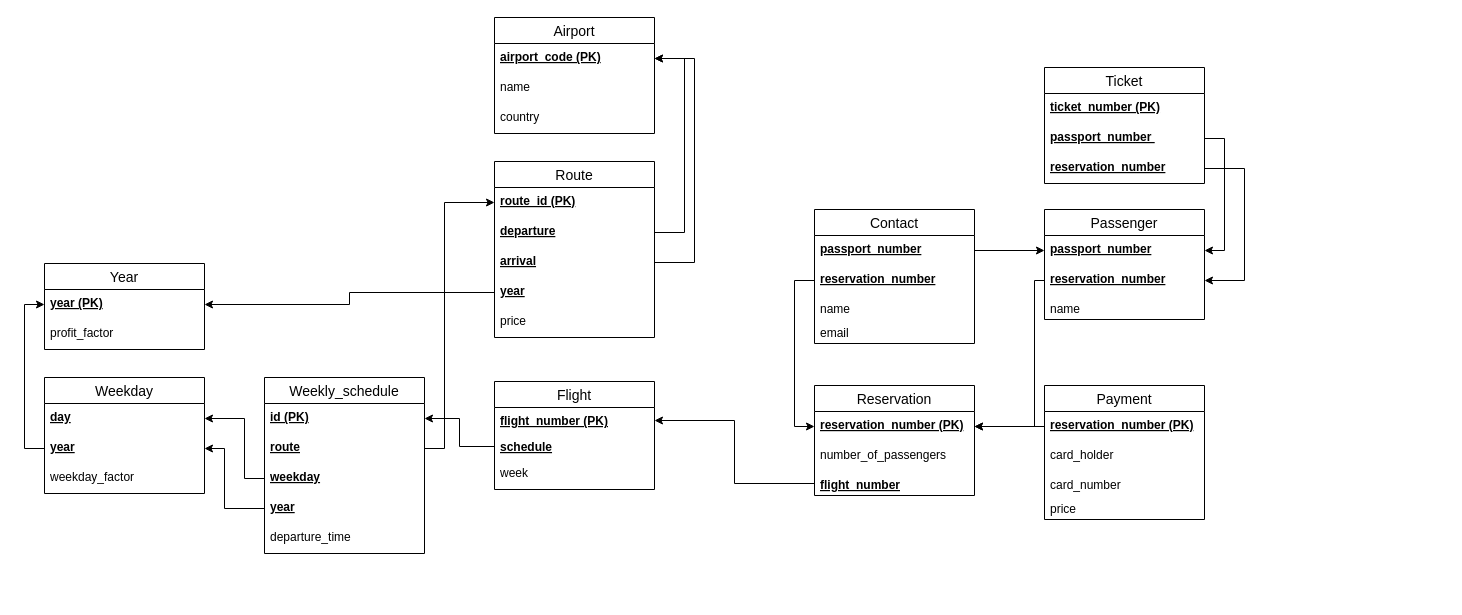
Before: page "Page-2" (2 of 2) of lab4/lab4b.drawio in linderjohan/TDDD37-database-technology, a draw.io diagram. Source tidied: cells renumbered, new cells numbered last; positions are measured from the earlier drawing's top-left corner, leaving out a move shared by most shapes. Both pictures are drawn from the tidied source at 100%, with x=0, y=0 at pixel (24, 17).
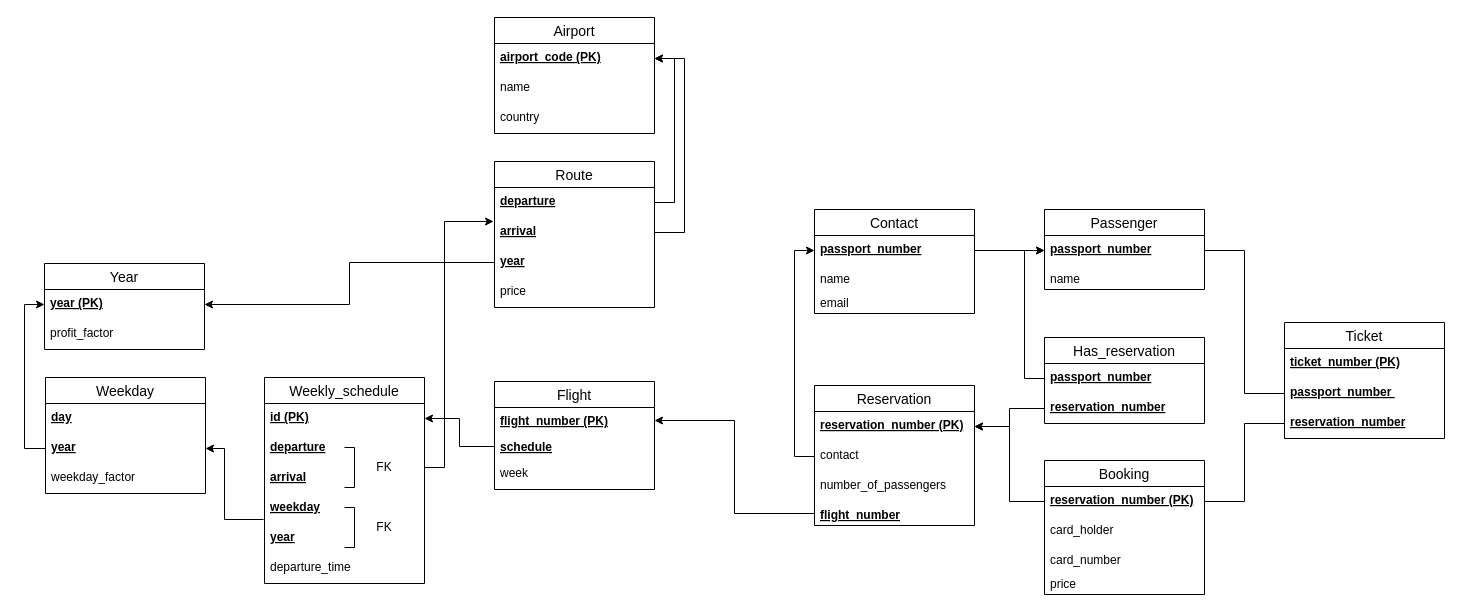
Above is the later version.

The change refers to these unchanged cells:
```xml
<mxCell id="3" value="reservation_number (PK)" style="text;strokeColor=none;fillColor=none;spacingLeft=4;spacingRight=4;overflow=hidden;points=[[0,0.5],[1,0.5]];portConstraint=eastwest;fontSize=12;fontStyle=5;" parent="2" vertex="1">
  <mxGeometry y="26" width="160" height="30" as="geometry" />
</mxCell>
<mxCell id="8" value="airport_code (PK)" style="text;strokeColor=none;fillColor=none;spacingLeft=4;spacingRight=4;overflow=hidden;points=[[0,0.5],[1,0.5]];portConstraint=eastwest;fontSize=12;fontStyle=5;" parent="7" vertex="1">
  <mxGeometry y="26" width="160" height="30" as="geometry" />
</mxCell>
<mxCell id="18" value="reservation_number (PK)" style="text;strokeColor=none;fillColor=none;spacingLeft=4;spacingRight=4;overflow=hidden;points=[[0,0.5],[1,0.5]];portConstraint=eastwest;fontSize=12;fontStyle=5;" parent="17" vertex="1">
  <mxGeometry y="26" width="160" height="30" as="geometry" />
</mxCell>
<mxCell id="25" value="passport_number" style="text;strokeColor=none;fillColor=none;spacingLeft=4;spacingRight=4;overflow=hidden;points=[[0,0.5],[1,0.5]];portConstraint=eastwest;fontSize=12;fontStyle=5;" parent="24" vertex="1">
  <mxGeometry y="26" width="160" height="30" as="geometry" />
</mxCell>
<mxCell id="30" value="day" style="text;strokeColor=none;fillColor=none;spacingLeft=4;spacingRight=4;overflow=hidden;points=[[0,0.5],[1,0.5]];portConstraint=eastwest;fontSize=12;fontStyle=5;" parent="29" vertex="1">
  <mxGeometry y="26" width="160" height="30" as="geometry" />
</mxCell>
<mxCell id="31" value="year" style="text;strokeColor=none;fillColor=none;spacingLeft=4;spacingRight=4;overflow=hidden;points=[[0,0.5],[1,0.5]];portConstraint=eastwest;fontSize=12;fontStyle=5;" parent="29" vertex="1">
  <mxGeometry y="56" width="160" height="30" as="geometry" />
</mxCell>
<mxCell id="34" value="passport_number" style="text;strokeColor=none;fillColor=none;spacingLeft=4;spacingRight=4;overflow=hidden;points=[[0,0.5],[1,0.5]];portConstraint=eastwest;fontSize=12;fontStyle=5;" parent="33" vertex="1">
  <mxGeometry y="26" width="160" height="30" as="geometry" />
</mxCell>
<mxCell id="45" value="passport_number " style="text;strokeColor=none;fillColor=none;spacingLeft=4;spacingRight=4;overflow=hidden;points=[[0,0.5],[1,0.5]];portConstraint=eastwest;fontSize=12;fontStyle=5;" parent="43" vertex="1">
  <mxGeometry y="56" width="160" height="30" as="geometry" />
</mxCell>
<mxCell id="46" value="reservation_number" style="text;strokeColor=none;fillColor=none;spacingLeft=4;spacingRight=4;overflow=hidden;points=[[0,0.5],[1,0.5]];portConstraint=eastwest;fontSize=12;fontStyle=5;" parent="43" vertex="1">
  <mxGeometry y="86" width="160" height="30" as="geometry" />
</mxCell>
```

What changed in the source:
```diff
@@
-    <mxCell id="2" value="Payment" style="swimlane;fontStyle=0;horizontal=1;startSize=26;align=center;fontSize=14;" parent="1" vertex="1">
-      <mxGeometry x="1020" y="368" width="160" height="134" as="geometry" />
+    <mxCell id="2" value="Booking" style="swimlane;fontStyle=0;horizontal=1;startSize=26;align=center;fontSize=14;" parent="1" vertex="1">
+      <mxGeometry x="1020" y="443" width="160" height="134" as="geometry" />
     </mxCell>
@@
     <mxCell id="11" value="Route" style="swimlane;fontStyle=0;horizontal=1;startSize=26;align=center;fontSize=14;fillColor=none;gradientColor=none;" parent="1" vertex="1">
-      <mxGeometry x="470" y="144" width="160" height="176" as="geometry" />
+      <mxGeometry x="470" y="144" width="160" height="146" as="geometry" />
     </mxCell>
-    <mxCell id="12" value="route_id (PK)" style="text;strokeColor=none;fillColor=none;spacingLeft=4;spacingRight=4;overflow=hidden;points=[[0,0.5],[1,0.5]];portConstraint=eastwest;fontSize=12;fontStyle=5;" parent="11" vertex="1">
-      <mxGeometry y="26" width="160" height="30" as="geometry" />
-    </mxCell>
     <mxCell id="13" value="departure" style="text;strokeColor=none;fillColor=none;spacingLeft=4;spacingRight=4;overflow=hidden;points=[[0,0.5],[1,0.5]];portConstraint=eastwest;fontSize=12;fontStyle=5;" parent="11" vertex="1">
-      <mxGeometry y="56" width="160" height="30" as="geometry" />
+      <mxGeometry y="26" width="160" height="30" as="geometry" />
     </mxCell>
     <mxCell id="14" value="arrival" style="text;strokeColor=none;fillColor=none;spacingLeft=4;spacingRight=4;overflow=hidden;points=[[0,0.5],[1,0.5]];portConstraint=eastwest;fontSize=12;fontStyle=5;" parent="11" vertex="1">
-      <mxGeometry y="86" width="160" height="30" as="geometry" />
+      <mxGeometry y="56" width="160" height="30" as="geometry" />
     </mxCell>
     <mxCell id="15" value="year" style="text;strokeColor=none;fillColor=none;spacingLeft=4;spacingRight=4;overflow=hidden;points=[[0,0.5],[1,0.5]];portConstraint=eastwest;fontSize=12;fontStyle=5;" parent="11" vertex="1">
-      <mxGeometry y="116" width="160" height="30" as="geometry" />
+      <mxGeometry y="86" width="160" height="30" as="geometry" />
     </mxCell>
     <mxCell id="16" value="price" style="text;strokeColor=none;fillColor=none;spacingLeft=4;spacingRight=4;overflow=hidden;fontSize=12;" parent="11" vertex="1">
-      <mxGeometry y="146" width="160" height="30" as="geometry" />
+      <mxGeometry y="116" width="160" height="30" as="geometry" />
     </mxCell>
     <mxCell id="17" value="Reservation" style="swimlane;fontStyle=0;horizontal=1;startSize=26;align=center;fontSize=14;" parent="1" vertex="1">
-      <mxGeometry x="790" y="368" width="160" height="110" as="geometry" />
+      <mxGeometry x="790" y="368" width="160" height="140" as="geometry" />
     </mxCell>
@@
+    <mxCell id="66" value="contact" style="text;strokeColor=none;fillColor=none;spacingLeft=4;spacingRight=4;overflow=hidden;points=[[0,0.5],[1,0.5]];portConstraint=eastwest;fontSize=12;" parent="17" vertex="1">
+      <mxGeometry y="56" width="160" height="30" as="geometry" />
+    </mxCell>
     <mxCell id="19" value="number_of_passengers" style="text;strokeColor=none;fillColor=none;spacingLeft=4;spacingRight=4;overflow=hidden;fontSize=12;" parent="17" vertex="1">
-      <mxGeometry y="56" width="160" height="30" as="geometry" />
+      <mxGeometry y="86" width="160" height="30" as="geometry" />
     </mxCell>
     <mxCell id="20" value="flight_number" style="text;strokeColor=none;fillColor=none;spacingLeft=4;spacingRight=4;overflow=hidden;points=[[0,0.5],[1,0.5]];portConstraint=eastwest;fontSize=12;fontStyle=5;" parent="17" vertex="1">
-      <mxGeometry y="86" width="160" height="24" as="geometry" />
+      <mxGeometry y="116" width="160" height="24" as="geometry" />
     </mxCell>
@@
     <mxCell id="24" value="Contact" style="swimlane;fontStyle=0;horizontal=1;startSize=26;align=center;fontSize=14;" parent="1" vertex="1">
-      <mxGeometry x="790" y="192" width="160" height="134" as="geometry" />
+      <mxGeometry x="790" y="192" width="160" height="104" as="geometry" />
     </mxCell>
@@
-    <mxCell id="26" value="reservation_number" style="text;strokeColor=none;fillColor=none;spacingLeft=4;spacingRight=4;overflow=hidden;points=[[0,0.5],[1,0.5]];portConstraint=eastwest;fontSize=12;fontStyle=5;" parent="24" vertex="1">
-      <mxGeometry y="56" width="160" height="30" as="geometry" />
-    </mxCell>
     <mxCell id="27" value="name" style="text;strokeColor=none;fillColor=none;spacingLeft=4;spacingRight=4;overflow=hidden;fontSize=12;fontStyle=0;dashed=1;" parent="24" vertex="1">
-      <mxGeometry y="86" width="160" height="24" as="geometry" />
+      <mxGeometry y="56" width="160" height="24" as="geometry" />
     </mxCell>
     <mxCell id="28" value="email" style="text;strokeColor=none;fillColor=none;spacingLeft=4;spacingRight=4;overflow=hidden;fontSize=12;fontStyle=0;dashed=1;" parent="24" vertex="1">
-      <mxGeometry y="110" width="160" height="24" as="geometry" />
+      <mxGeometry y="80" width="160" height="24" as="geometry" />
     </mxCell>
     <mxCell id="29" value="Weekday" style="swimlane;fontStyle=0;horizontal=1;startSize=26;align=center;fontSize=14;fillColor=none;gradientColor=none;" parent="1" vertex="1">
-      <mxGeometry x="20" y="360" width="160" height="116" as="geometry" />
+      <mxGeometry x="21" y="360" width="160" height="116" as="geometry" />
     </mxCell>
@@
     <mxCell id="33" value="Passenger" style="swimlane;fontStyle=0;horizontal=1;startSize=26;align=center;fontSize=14;" parent="1" vertex="1">
-      <mxGeometry x="1020" y="192" width="160" height="110" as="geometry" />
+      <mxGeometry x="1020" y="192" width="160" height="80" as="geometry" />
     </mxCell>
@@
-    <mxCell id="35" value="reservation_number" style="text;strokeColor=none;fillColor=none;spacingLeft=4;spacingRight=4;overflow=hidden;points=[[0,0.5],[1,0.5]];portConstraint=eastwest;fontSize=12;fontStyle=5;" parent="33" vertex="1">
-      <mxGeometry y="56" width="160" height="30" as="geometry" />
-    </mxCell>
     <mxCell id="36" value="name" style="text;strokeColor=none;fillColor=none;spacingLeft=4;spacingRight=4;overflow=hidden;fontSize=12;fontStyle=0;dashed=1;" parent="33" vertex="1">
-      <mxGeometry y="86" width="160" height="24" as="geometry" />
+      <mxGeometry y="56" width="160" height="24" as="geometry" />
     </mxCell>
     <mxCell id="37" value="Weekly_schedule" style="swimlane;fontStyle=0;horizontal=1;startSize=26;align=center;fontSize=14;fillColor=none;gradientColor=none;" parent="1" vertex="1">
-      <mxGeometry x="240" y="360" width="160" height="176" as="geometry" />
+      <mxGeometry x="240" y="360" width="160" height="206" as="geometry" />
     </mxCell>
@@
-    <mxCell id="39" value="route" style="text;strokeColor=none;fillColor=none;spacingLeft=4;spacingRight=4;overflow=hidden;points=[[0,0.5],[1,0.5]];portConstraint=eastwest;fontSize=12;fontStyle=5;" parent="37" vertex="1">
+    <mxCell id="39" value="departure" style="text;strokeColor=none;fillColor=none;spacingLeft=4;spacingRight=4;overflow=hidden;points=[[0,0.5],[1,0.5]];portConstraint=eastwest;fontSize=12;fontStyle=5;" parent="37" vertex="1">
       <mxGeometry y="56" width="160" height="30" as="geometry" />
     </mxCell>
+    <mxCell id="67" style="endArrow=none;html=1;" parent="37" edge="1">
+      <mxGeometry relative="1" as="geometry">
+        <mxPoint x="90" y="110" as="sourcePoint" />
+        <mxPoint x="90" y="70" as="targetPoint" />
+      </mxGeometry>
+    </mxCell>
+    <mxCell id="68" style="endArrow=none;html=1;" parent="37" edge="1">
+      <mxGeometry relative="1" as="geometry">
+        <mxPoint x="90" y="110" as="sourcePoint" />
+        <mxPoint x="80" y="110" as="targetPoint" />
+      </mxGeometry>
+    </mxCell>
+    <mxCell id="69" style="endArrow=none;html=1;" parent="37" edge="1">
+      <mxGeometry relative="1" as="geometry">
+        <mxPoint x="90" y="70" as="sourcePoint" />
+        <mxPoint x="80" y="70" as="targetPoint" />
+      </mxGeometry>
+    </mxCell>
+    <mxCell id="70" value="arrival" style="text;strokeColor=none;fillColor=none;spacingLeft=4;spacingRight=4;overflow=hidden;fontSize=12;fontStyle=5;" parent="37" vertex="1">
+      <mxGeometry y="86" width="160" height="30" as="geometry" />
+    </mxCell>
     <mxCell id="40" value="weekday" style="text;strokeColor=none;fillColor=none;spacingLeft=4;spacingRight=4;overflow=hidden;points=[[0,0.5],[1,0.5]];portConstraint=eastwest;fontSize=12;fontStyle=5;" parent="37" vertex="1">
-      <mxGeometry y="86" width="160" height="30" as="geometry" />
+      <mxGeometry y="116" width="160" height="30" as="geometry" />
     </mxCell>
     <mxCell id="41" value="year" style="text;strokeColor=none;fillColor=none;spacingLeft=4;spacingRight=4;overflow=hidden;points=[[0,0.5],[1,0.5]];portConstraint=eastwest;fontSize=12;fontStyle=5;" parent="37" vertex="1">
-      <mxGeometry y="116" width="160" height="30" as="geometry" />
+      <mxGeometry y="146" width="160" height="30" as="geometry" />
     </mxCell>
     <mxCell id="42" value="departure_time" style="text;strokeColor=none;fillColor=none;spacingLeft=4;spacingRight=4;overflow=hidden;fontSize=12;fontStyle=0;" parent="37" vertex="1">
-      <mxGeometry y="146" width="160" height="30" as="geometry" />
+      <mxGeometry y="176" width="160" height="30" as="geometry" />
     </mxCell>
     <mxCell id="43" value="Ticket" style="swimlane;fontStyle=0;horizontal=1;startSize=26;align=center;fontSize=14;" parent="1" vertex="1">
-      <mxGeometry x="1020" y="50" width="160" height="116" as="geometry" />
+      <mxGeometry x="1260" y="305" width="160" height="116" as="geometry" />
     </mxCell>
@@
-    <mxCell id="53" style="edgeStyle=orthogonalEdgeStyle;rounded=0;jettySize=auto;html=1;endArrow=classic;endFill=1;strokeColor=#000000;" parent="1" edge="1" source="40" target="30">
-      <mxGeometry relative="1" as="geometry">
-        <Array as="points">
-          <mxPoint x="220" y="461" />
-          <mxPoint x="220" y="401" />
-        </Array>
-      </mxGeometry>
-    </mxCell>
-    <mxCell id="54" style="edgeStyle=orthogonalEdgeStyle;rounded=0;jettySize=auto;html=1;entryX=0;entryY=0.5;entryDx=0;entryDy=0;endArrow=classic;endFill=1;strokeColor=#000000;" parent="1" edge="1" source="39" target="12">
+    <mxCell id="54" style="edgeStyle=orthogonalEdgeStyle;rounded=0;jettySize=auto;html=1;entryX=-0.006;entryY=0.133;entryDx=0;entryDy=0;endArrow=classic;endFill=1;strokeColor=#000000;entryPerimeter=0;exitX=0.786;exitY=0.5;exitDx=0;exitDy=0;exitPerimeter=0;" parent="1" edge="1" source="71" target="14">
       <mxGeometry relative="1" as="geometry">
         <Array as="points">
-          <mxPoint x="420" y="431" />
-          <mxPoint x="420" y="185" />
+          <mxPoint x="420" y="450" />
+          <mxPoint x="420" y="204" />
         </Array>
       </mxGeometry>
     </mxCell>
@@
-    <mxCell id="56" style="edgeStyle=orthogonalEdgeStyle;rounded=0;jettySize=auto;html=1;entryX=1;entryY=0.5;entryDx=0;entryDy=0;endArrow=classic;endFill=1;" parent="1" edge="1" source="45" target="34">
-      <mxGeometry relative="1" as="geometry">
-        <Array as="points">
-          <mxPoint x="1200" y="121" />
-          <mxPoint x="1200" y="233" />
-        </Array>
-      </mxGeometry>
-    </mxCell>
@@
-    <mxCell id="60" style="edgeStyle=orthogonalEdgeStyle;rounded=0;jettySize=auto;html=1;entryX=1;entryY=0.5;entryDx=0;entryDy=0;startArrow=classic;startFill=1;endArrow=none;endFill=0;strokeColor=#000000;" parent="1" edge="1" source="8" target="13">
-      <mxGeometry relative="1" as="geometry">
-        <Array as="points">
-          <mxPoint x="660" y="41" />
-          <mxPoint x="660" y="215" />
-        </Array>
-      </mxGeometry>
-    </mxCell>
-    <mxCell id="61" style="edgeStyle=orthogonalEdgeStyle;rounded=0;jettySize=auto;html=1;startArrow=classic;startFill=1;endArrow=none;endFill=0;strokeColor=#000000;" parent="1" edge="1" source="8" target="14">
+    <mxCell id="61" style="edgeStyle=orthogonalEdgeStyle;rounded=0;jettySize=auto;html=1;startArrow=classic;startFill=1;endArrow=none;endFill=0;strokeColor=#000000;entryX=1;entryY=0.5;entryDx=0;entryDy=0;" parent="1" edge="1" source="8" target="13">
       <mxGeometry relative="1" as="geometry">
         <Array as="points">
-          <mxPoint x="670" y="41" />
-          <mxPoint x="670" y="245" />
+          <mxPoint x="650" y="41" />
+          <mxPoint x="650" y="185" />
         </Array>
       </mxGeometry>
     </mxCell>
-    <mxCell id="62" style="edgeStyle=orthogonalEdgeStyle;rounded=0;jettySize=auto;html=1;entryX=1;entryY=0.5;entryDx=0;entryDy=0;startArrow=classic;startFill=1;endArrow=none;endFill=0;strokeColor=#000000;" parent="1" edge="1" source="35" target="46">
-      <mxGeometry relative="1" as="geometry">
-        <Array as="points">
-          <mxPoint x="1220" y="263" />
-          <mxPoint x="1220" y="151" />
-        </Array>
-      </mxGeometry>
-    </mxCell>
-    <mxCell id="63" style="edgeStyle=orthogonalEdgeStyle;rounded=0;jettySize=auto;html=1;entryX=0;entryY=0.5;entryDx=0;entryDy=0;startArrow=classic;startFill=1;endArrow=none;endFill=0;strokeColor=#000000;" parent="1" edge="1" source="18" target="35">
-      <mxGeometry relative="1" as="geometry">
-        <Array as="points">
-          <mxPoint x="1010" y="409" />
-          <mxPoint x="1010" y="263" />
-        </Array>
-      </mxGeometry>
-    </mxCell>
-    <mxCell id="64" style="edgeStyle=orthogonalEdgeStyle;rounded=0;jettySize=auto;html=1;startArrow=none;startFill=0;endArrow=classic;endFill=1;strokeColor=#000000;entryX=1;entryY=0.5;entryDx=0;entryDy=0;" parent="1" edge="1" source="41" target="31">
+    <mxCell id="64" style="edgeStyle=orthogonalEdgeStyle;rounded=0;jettySize=auto;html=1;startArrow=none;startFill=0;endArrow=classic;endFill=1;strokeColor=#000000;entryX=1;entryY=0.5;entryDx=0;entryDy=0;exitX=-0.006;exitY=0.867;exitDx=0;exitDy=0;exitPerimeter=0;" parent="1" edge="1" source="40" target="31">
       <mxGeometry relative="1" as="geometry">
         <Array as="points">
-          <mxPoint x="200" y="491" />
+          <mxPoint x="200" y="502" />
           <mxPoint x="200" y="431" />
         </Array>
       </mxGeometry>
     </mxCell>
-    <mxCell id="65" style="edgeStyle=orthogonalEdgeStyle;rounded=0;jettySize=auto;html=1;entryX=0;entryY=0.5;entryDx=0;entryDy=0;" parent="1" edge="1" source="26" target="18">
-      <mxGeometry relative="1" as="geometry" />
-    </mxCell>
+    <mxCell id="71" value="FK" style="text;html=1;strokeColor=none;fillColor=none;align=center;verticalAlign=middle;whiteSpace=wrap;rounded=0;" parent="1" vertex="1">
+      <mxGeometry x="290" y="440" width="140" height="20" as="geometry" />
+    </mxCell>
+    <mxCell id="72" value="FK" style="text;html=1;strokeColor=none;fillColor=none;align=center;verticalAlign=middle;whiteSpace=wrap;rounded=0;" parent="1" vertex="1">
+      <mxGeometry x="280" y="500" width="160" height="20" as="geometry" />
+    </mxCell>
+    <mxCell id="73" style="endArrow=none;html=1;" parent="1" edge="1">
+      <mxGeometry relative="1" as="geometry">
+        <mxPoint x="330" y="530" as="sourcePoint" />
+        <mxPoint x="330" y="490" as="targetPoint" />
+      </mxGeometry>
+    </mxCell>
+    <mxCell id="74" style="endArrow=none;html=1;" parent="1" edge="1">
+      <mxGeometry relative="1" as="geometry">
+        <mxPoint x="330" y="530" as="sourcePoint" />
+        <mxPoint x="320" y="530" as="targetPoint" />
+      </mxGeometry>
+    </mxCell>
+    <mxCell id="75" style="endArrow=none;html=1;" parent="1" edge="1">
+      <mxGeometry relative="1" as="geometry">
+        <mxPoint x="330" y="490" as="sourcePoint" />
+        <mxPoint x="320" y="490" as="targetPoint" />
+      </mxGeometry>
+    </mxCell>
+    <mxCell id="76" style="edgeStyle=orthogonalEdgeStyle;rounded=0;jettySize=auto;html=1;startArrow=classic;startFill=1;endArrow=none;endFill=0;strokeColor=#000000;entryX=1;entryY=0.5;entryDx=0;entryDy=0;exitX=1;exitY=0.5;exitDx=0;exitDy=0;" parent="1" edge="1" source="8" target="14">
+      <mxGeometry relative="1" as="geometry">
+        <Array as="points">
+          <mxPoint x="660" y="41" />
+          <mxPoint x="660" y="215" />
+        </Array>
+      </mxGeometry>
+    </mxCell>
+    <mxCell id="77" style="edgeStyle=orthogonalEdgeStyle;rounded=0;jettySize=auto;html=1;entryX=0;entryY=0.5;entryDx=0;entryDy=0;endArrow=none;endFill=0;exitX=1;exitY=0.5;exitDx=0;exitDy=0;" parent="1" edge="1" source="34" target="45">
+      <mxGeometry relative="1" as="geometry" />
+    </mxCell>
+    <mxCell id="78" style="edgeStyle=orthogonalEdgeStyle;rounded=0;jettySize=auto;html=1;entryX=1;entryY=0.5;entryDx=0;entryDy=0;endArrow=none;endFill=0;" parent="1" edge="1" source="46" target="3">
+      <mxGeometry relative="1" as="geometry" />
+    </mxCell>
+    <mxCell id="79" style="edgeStyle=orthogonalEdgeStyle;rounded=0;jettySize=auto;html=1;entryX=0;entryY=0.5;entryDx=0;entryDy=0;endArrow=classic;endFill=1;" parent="1" edge="1" source="66" target="25">
+      <mxGeometry relative="1" as="geometry" />
+    </mxCell>
+    <mxCell id="80" style="edgeStyle=orthogonalEdgeStyle;rounded=0;jettySize=auto;html=1;endArrow=classic;endFill=1;entryX=0;entryY=0.5;entryDx=0;entryDy=0;exitX=0;exitY=0.5;exitDx=0;exitDy=0;" parent="1" edge="1" source="82" target="34">
+      <mxGeometry relative="1" as="geometry" />
+    </mxCell>
+    <mxCell id="81" value="Has_reservation" style="swimlane;fontStyle=0;horizontal=1;startSize=26;align=center;fontSize=14;" parent="1" vertex="1">
+      <mxGeometry x="1020" y="320" width="160" height="86" as="geometry" />
+    </mxCell>
+    <mxCell id="82" value="passport_number" style="text;strokeColor=none;fillColor=none;spacingLeft=4;spacingRight=4;overflow=hidden;points=[[0,0.5],[1,0.5]];portConstraint=eastwest;fontSize=12;fontStyle=5;" parent="81" vertex="1">
+      <mxGeometry y="26" width="160" height="30" as="geometry" />
+    </mxCell>
+    <mxCell id="83" value="reservation_number" style="text;strokeColor=none;fillColor=none;spacingLeft=4;spacingRight=4;overflow=hidden;points=[[0,0.5],[1,0.5]];portConstraint=eastwest;fontSize=12;fontStyle=5;" parent="81" vertex="1">
+      <mxGeometry y="56" width="160" height="30" as="geometry" />
+    </mxCell>
+    <mxCell id="84" style="edgeStyle=orthogonalEdgeStyle;rounded=0;jettySize=auto;html=1;entryX=1;entryY=0.5;entryDx=0;entryDy=0;endArrow=classic;endFill=1;" parent="1" edge="1" source="83" target="18">
+      <mxGeometry relative="1" as="geometry" />
+    </mxCell>
```
